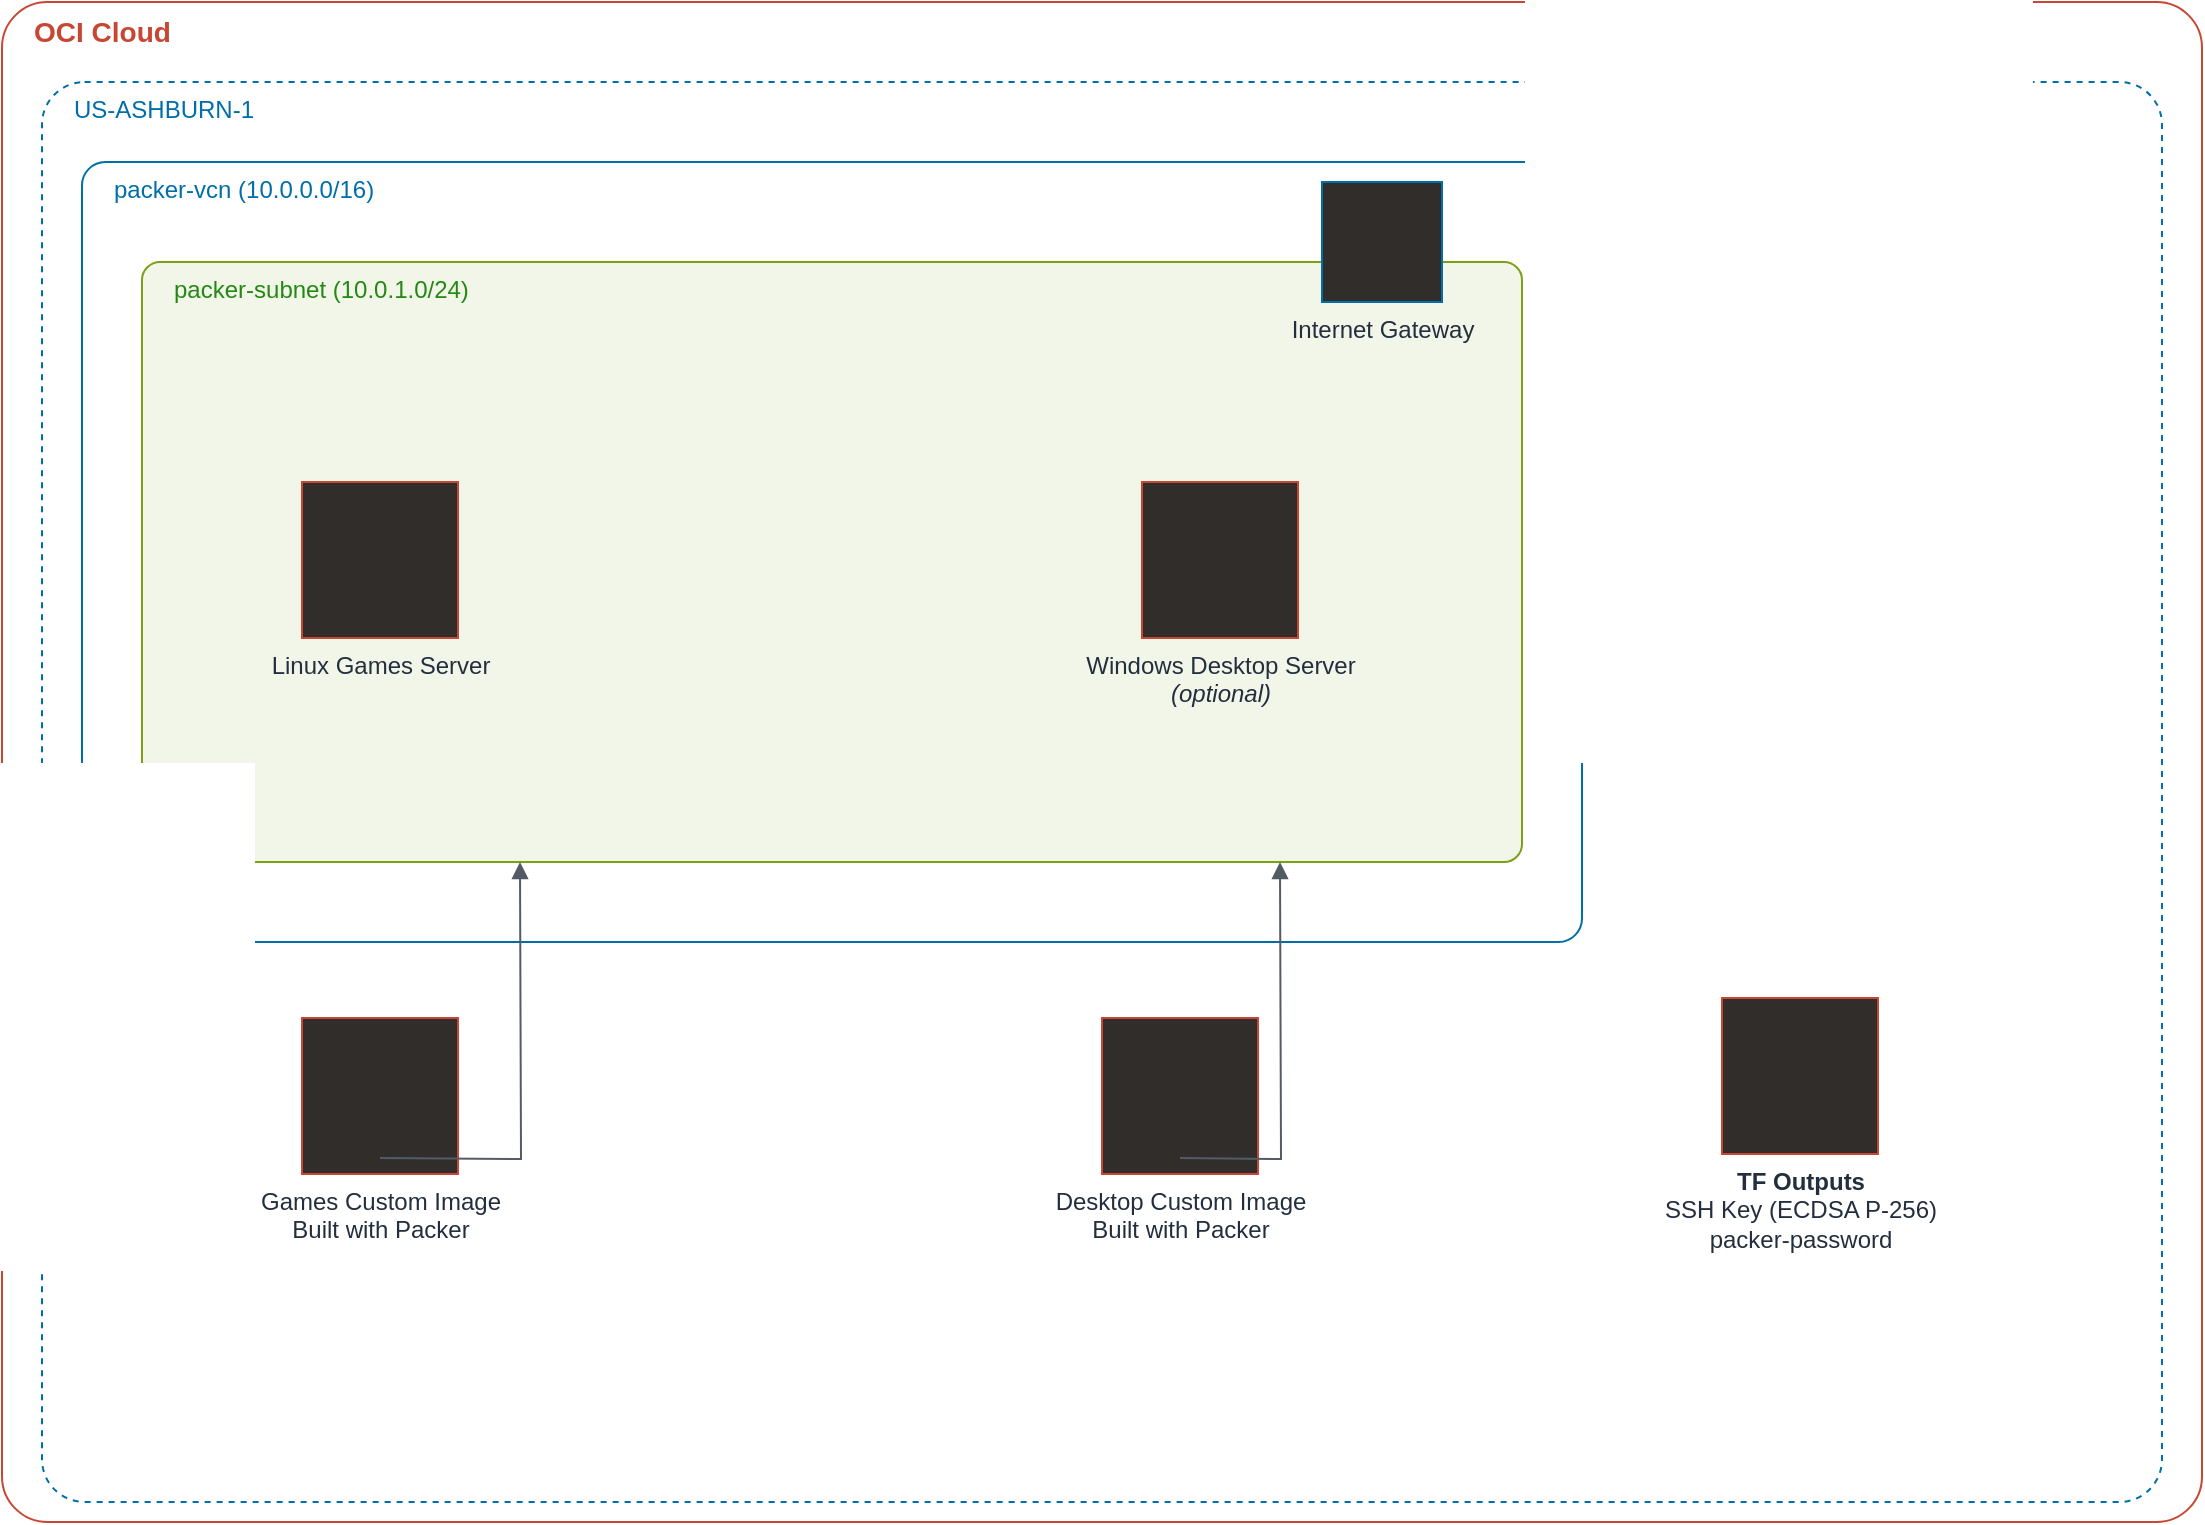
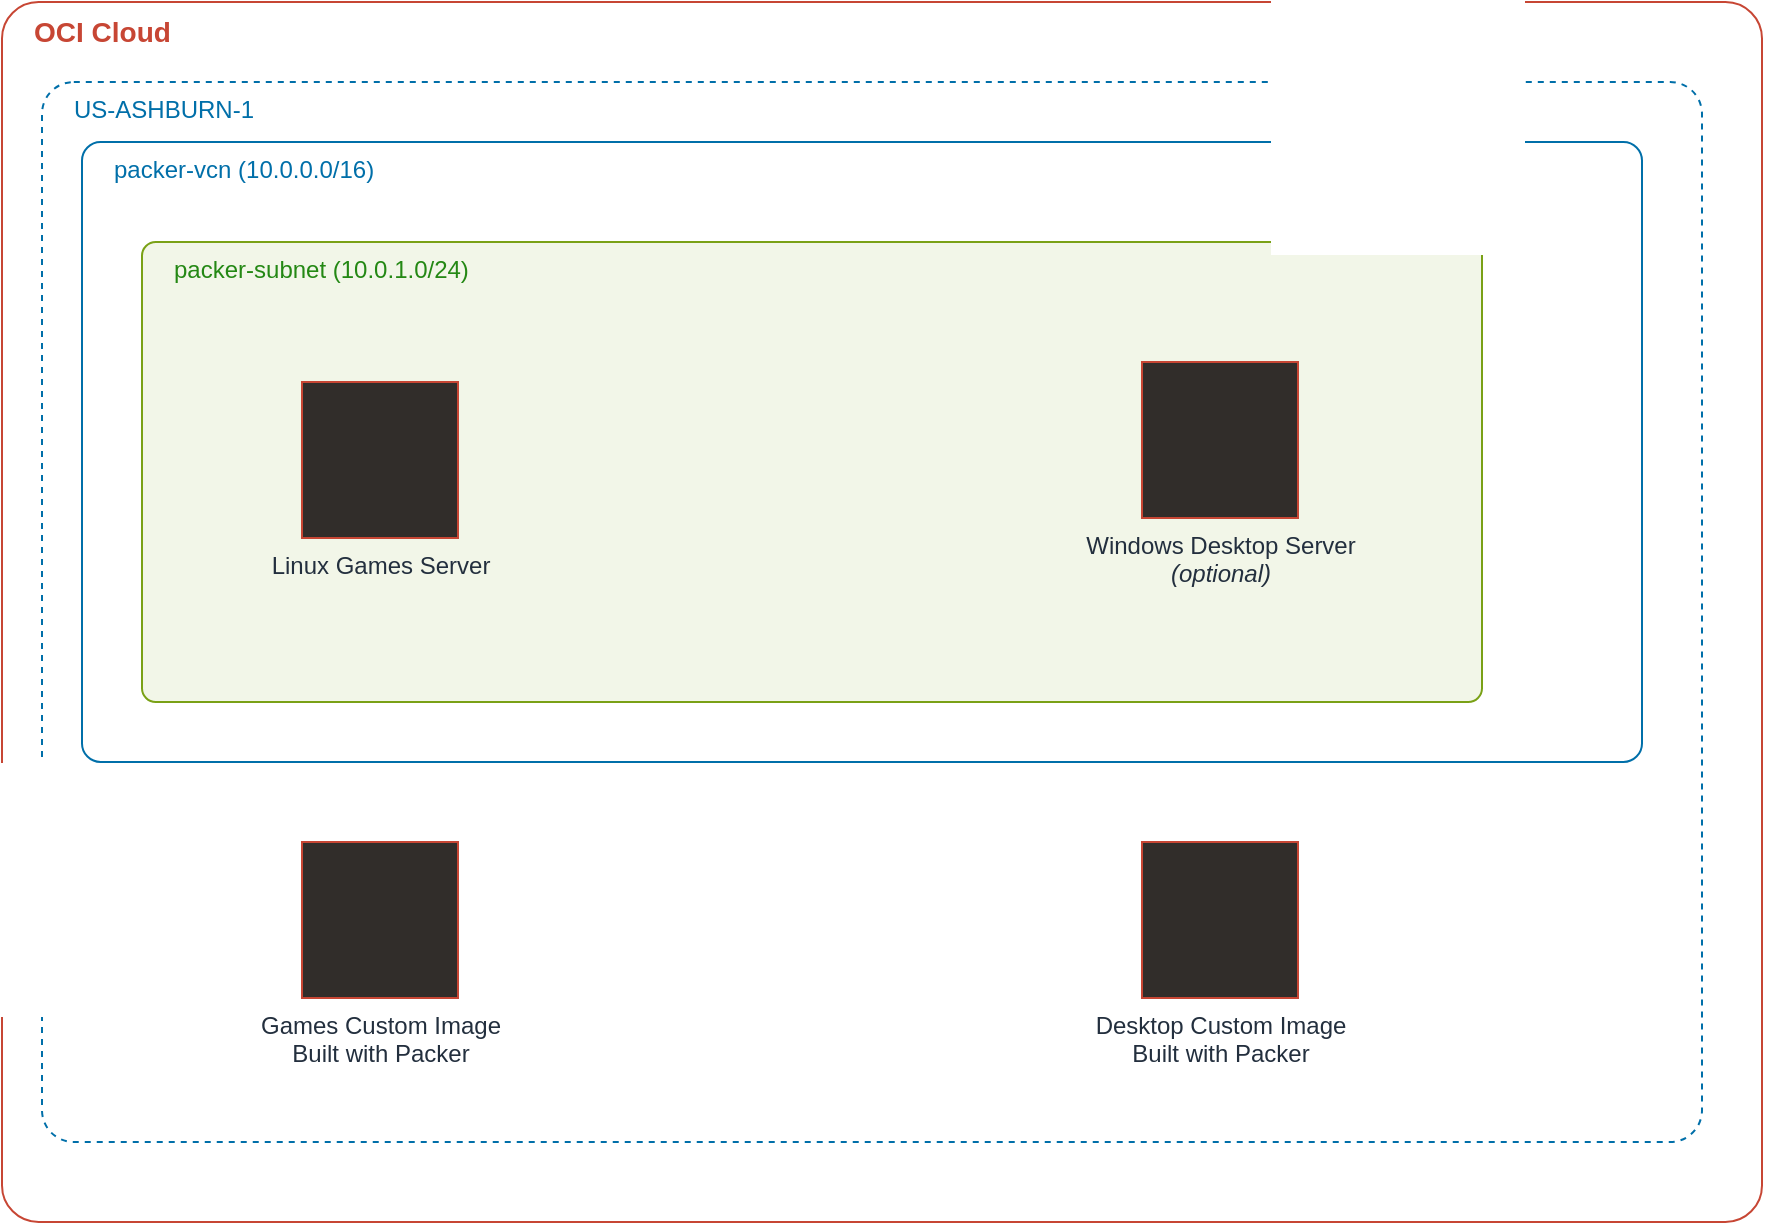
- <mxfile host="app.diagrams.net" agent="Mozilla/5.0 (Windows NT 10.0; Win64; x64) AppleWebKit/537.36 (KHTML, like Gecko) Chrome/135.0.0.0 Safari/537.36" version="26.2.9">
+ <mxfile host="app.diagrams.net" agent="Mozilla/5.0 (Windows NT 10.0; Win64; x64) AppleWebKit/537.36 (KHTML, like Gecko) Chrome/135.0.0.0 Safari/537.36">
  <diagram id="oci-packer-arch" name="Page-1">
    <mxGraphModel grid="1" page="1" gridSize="10" guides="1" tooltips="1" connect="1" arrows="1" fold="1" pageScale="1" pageWidth="1169" pageHeight="827" math="0" shadow="0">
      <root>
        <mxCell id="0" />
        <mxCell id="1" parent="0" />
- 
-         <!-- OCI Cloud outer container -->
-         <mxCell id="oci-cloud" value="OCI Cloud"
-           style="points=[[0,0],[0.25,0],[0.5,0],[0.75,0],[1,0],[1,0.25],[1,0.5],[1,0.75],[1,1],[0.75,1],[0.5,1],[0.25,1],[0,1],[0,0.75],[0,0.5],[0,0.25]];outlineConnect=0;gradientColor=none;html=1;whiteSpace=wrap;fontSize=14;fontStyle=1;strokeColor=#C74634;fillColor=none;verticalAlign=top;align=left;spacingLeft=14;fontColor=#C74634;dashed=0;labelBackgroundColor=#ffffff;rounded=1;arcSize=3;container=1;pointerEvents=0;collapsible=0;recursiveResize=0;"
-           vertex="1" parent="1">
-           <mxGeometry x="30" y="20" width="1100" height="760" as="geometry" />
+         <mxCell id="oci-cloud" parent="1" style="points=[[0,0],[0.25,0],[0.5,0],[0.75,0],[1,0],[1,0.25],[1,0.5],[1,0.75],[1,1],[0.75,1],[0.5,1],[0.25,1],[0,1],[0,0.75],[0,0.5],[0,0.25]];outlineConnect=0;gradientColor=none;html=1;whiteSpace=wrap;fontSize=14;fontStyle=1;strokeColor=#C74634;fillColor=none;verticalAlign=top;align=left;spacingLeft=14;fontColor=#C74634;dashed=0;labelBackgroundColor=#ffffff;rounded=1;arcSize=3;container=1;pointerEvents=0;collapsible=0;recursiveResize=0;" value="OCI Cloud" vertex="1">
+           <mxGeometry height="610" width="880" x="30" y="20" as="geometry" />
        </mxCell>
- 
-         <!-- US-ASHBURN-1 Region -->
-         <mxCell id="region" value="US-ASHBURN-1"
-           style="points=[[0,0],[0.25,0],[0.5,0],[0.75,0],[1,0],[1,0.25],[1,0.5],[1,0.75],[1,1],[0.75,1],[0.5,1],[0.25,1],[0,1],[0,0.75],[0,0.5],[0,0.25]];outlineConnect=0;gradientColor=none;html=1;whiteSpace=wrap;fontSize=12;fontStyle=0;container=1;pointerEvents=0;collapsible=0;recursiveResize=0;strokeColor=#006FA9;fillColor=none;verticalAlign=top;align=left;spacingLeft=14;fontColor=#006FA9;dashed=1;rounded=1;arcSize=3;"
-           vertex="1" parent="oci-cloud">
-           <mxGeometry x="20" y="40" width="1060" height="710" as="geometry" />
+         <mxCell id="region" parent="oci-cloud" style="points=[[0,0],[0.25,0],[0.5,0],[0.75,0],[1,0],[1,0.25],[1,0.5],[1,0.75],[1,1],[0.75,1],[0.5,1],[0.25,1],[0,1],[0,0.75],[0,0.5],[0,0.25]];outlineConnect=0;gradientColor=none;html=1;whiteSpace=wrap;fontSize=12;fontStyle=0;container=1;pointerEvents=0;collapsible=0;recursiveResize=0;strokeColor=#006FA9;fillColor=none;verticalAlign=top;align=left;spacingLeft=14;fontColor=#006FA9;dashed=1;rounded=1;arcSize=3;" value="US-ASHBURN-1" vertex="1">
+           <mxGeometry height="530" width="830" x="20" y="40" as="geometry" />
        </mxCell>
- 
-         <!-- VCN -->
-         <mxCell id="vcn" value="packer-vcn (10.0.0.0/16)"
-           style="points=[[0,0],[0.25,0],[0.5,0],[0.75,0],[1,0],[1,0.25],[1,0.5],[1,0.75],[1,1],[0.75,1],[0.5,1],[0.25,1],[0,1],[0,0.75],[0,0.5],[0,0.25]];outlineConnect=0;gradientColor=none;html=1;whiteSpace=wrap;fontSize=12;fontStyle=0;container=1;pointerEvents=0;collapsible=0;recursiveResize=0;strokeColor=#006FA9;fillColor=none;verticalAlign=top;align=left;spacingLeft=14;fontColor=#006FA9;dashed=0;rounded=1;arcSize=3;"
-           vertex="1" parent="region">
-           <mxGeometry x="20" y="40" width="750" height="390" as="geometry" />
+         <mxCell id="vcn" parent="region" style="points=[[0,0],[0.25,0],[0.5,0],[0.75,0],[1,0],[1,0.25],[1,0.5],[1,0.75],[1,1],[0.75,1],[0.5,1],[0.25,1],[0,1],[0,0.75],[0,0.5],[0,0.25]];outlineConnect=0;gradientColor=none;html=1;whiteSpace=wrap;fontSize=12;fontStyle=0;container=1;pointerEvents=0;collapsible=0;recursiveResize=0;strokeColor=#006FA9;fillColor=none;verticalAlign=top;align=left;spacingLeft=14;fontColor=#006FA9;dashed=0;rounded=1;arcSize=3;" value="packer-vcn (10.0.0.0/16)" vertex="1">
+           <mxGeometry height="310" width="780" x="20" y="30" as="geometry" />
        </mxCell>
- 
-         <!-- packer-subnet -->
-         <mxCell id="subnet" value="packer-subnet (10.0.1.0/24)"
-           style="points=[[0,0],[0.25,0],[0.5,0],[0.75,0],[1,0],[1,0.25],[1,0.5],[1,0.75],[1,1],[0.75,1],[0.5,1],[0.25,1],[0,1],[0,0.75],[0,0.5],[0,0.25]];outlineConnect=0;gradientColor=none;html=1;whiteSpace=wrap;fontSize=12;fontStyle=0;container=1;pointerEvents=0;collapsible=0;recursiveResize=0;strokeColor=#7AA116;fillColor=#F2F6E8;verticalAlign=top;align=left;spacingLeft=14;fontColor=#248814;dashed=0;rounded=1;arcSize=3;"
-           vertex="1" parent="vcn">
-           <mxGeometry x="30" y="50" width="690" height="300" as="geometry" />
+         <mxCell id="subnet" parent="vcn" style="points=[[0,0],[0.25,0],[0.5,0],[0.75,0],[1,0],[1,0.25],[1,0.5],[1,0.75],[1,1],[0.75,1],[0.5,1],[0.25,1],[0,1],[0,0.75],[0,0.5],[0,0.25]];outlineConnect=0;gradientColor=none;html=1;whiteSpace=wrap;fontSize=12;fontStyle=0;container=1;pointerEvents=0;collapsible=0;recursiveResize=0;strokeColor=#7AA116;fillColor=#F2F6E8;verticalAlign=top;align=left;spacingLeft=14;fontColor=#248814;dashed=0;rounded=1;arcSize=3;" value="packer-subnet (10.0.1.0/24)" vertex="1">
+           <mxGeometry height="230" width="670" x="30" y="50" as="geometry" />
        </mxCell>
- 
-         <!-- Linux Games Server -->
-         <mxCell id="games-vm" value="Linux Games Server"
-           style="shape=mxgraph.oracle.compute.vm_instance;sketch=0;html=1;aspect=fixed;outlineConnect=0;fillColor=#312D2A;strokeColor=#C74634;fontColor=#232F3E;verticalLabelPosition=bottom;verticalAlign=top;align=center;fontSize=12;fontStyle=0;"
-           vertex="1" parent="subnet">
-           <mxGeometry x="80" y="110" width="78" height="78" as="geometry" />
+         <mxCell id="games-vm" parent="subnet" style="shape=mxgraph.oracle.compute.vm_instance;sketch=0;html=1;aspect=fixed;outlineConnect=0;fillColor=#312D2A;strokeColor=#C74634;fontColor=#232F3E;verticalLabelPosition=bottom;verticalAlign=top;align=center;fontSize=12;fontStyle=0;" value="Linux Games Server" vertex="1">
+           <mxGeometry height="78" width="78" x="80" y="70" as="geometry" />
        </mxCell>
- 
-         <!-- Windows Desktop Server (optional) -->
-         <mxCell id="win-vm" value="Windows Desktop Server&lt;div&gt;&lt;i&gt;(optional)&lt;/i&gt;&lt;/div&gt;"
-           style="shape=mxgraph.oracle.compute.vm_instance;sketch=0;html=1;aspect=fixed;outlineConnect=0;fillColor=#312D2A;strokeColor=#C74634;fontColor=#232F3E;verticalLabelPosition=bottom;verticalAlign=top;align=center;fontSize=12;fontStyle=0;"
-           vertex="1" parent="subnet">
-           <mxGeometry x="500" y="110" width="78" height="78" as="geometry" />
+         <mxCell id="win-vm" parent="vcn" style="shape=mxgraph.oracle.compute.vm_instance;sketch=0;html=1;aspect=fixed;outlineConnect=0;fillColor=#312D2A;strokeColor=#C74634;fontColor=#232F3E;verticalLabelPosition=bottom;verticalAlign=top;align=center;fontSize=12;fontStyle=0;" value="Windows Desktop Server&lt;div&gt;&lt;i&gt;(optional)&lt;/i&gt;&lt;/div&gt;" vertex="1">
+           <mxGeometry height="78" width="78" x="530" y="110" as="geometry" />
        </mxCell>
- 
-         <!-- Internet Gateway (inside VCN, top-right) -->
-         <mxCell id="igw" value="Internet Gateway"
-           style="shape=mxgraph.oracle.networking.internet_gateway;sketch=0;html=1;aspect=fixed;outlineConnect=0;fillColor=#312D2A;strokeColor=#006FA9;fontColor=#232F3E;verticalLabelPosition=bottom;verticalAlign=top;align=center;fontSize=12;fontStyle=0;"
-           vertex="1" parent="vcn">
-           <mxGeometry x="620" y="10" width="60" height="60" as="geometry" />
+         <mxCell id="games-img" parent="region" style="shape=mxgraph.oracle.storage.custom_image;sketch=0;html=1;aspect=fixed;outlineConnect=0;fillColor=#312D2A;strokeColor=#C74634;fontColor=#232F3E;verticalLabelPosition=bottom;verticalAlign=top;align=center;fontSize=12;fontStyle=0;direction=south;" value="Games Custom Image&lt;div&gt;Built with Packer&lt;/div&gt;" vertex="1">
+           <mxGeometry height="78" width="78" x="130" y="380" as="geometry" />
        </mxCell>
- 
-         <!-- Games Custom Image (below VCN, in region) -->
-         <mxCell id="games-img" value="Games Custom Image&lt;div&gt;Built with Packer&lt;/div&gt;"
-           style="shape=mxgraph.oracle.storage.custom_image;sketch=0;html=1;aspect=fixed;outlineConnect=0;fillColor=#312D2A;strokeColor=#C74634;fontColor=#232F3E;verticalLabelPosition=bottom;verticalAlign=top;align=center;fontSize=12;fontStyle=0;"
-           vertex="1" parent="region">
-           <mxGeometry x="130" y="468" width="78" height="78" as="geometry" />
+         <mxCell id="desktop-img" parent="region" style="shape=mxgraph.oracle.storage.custom_image;sketch=0;html=1;aspect=fixed;outlineConnect=0;fillColor=#312D2A;strokeColor=#C74634;fontColor=#232F3E;verticalLabelPosition=bottom;verticalAlign=top;align=center;fontSize=12;fontStyle=0;" value="Desktop Custom Image&lt;div&gt;Built with Packer&lt;/div&gt;" vertex="1">
+           <mxGeometry height="78" width="78" x="550" y="380" as="geometry" />
        </mxCell>
- 
-         <!-- Desktop Custom Image (below VCN, in region) -->
-         <mxCell id="desktop-img" value="Desktop Custom Image&lt;div&gt;Built with Packer&lt;/div&gt;"
-           style="shape=mxgraph.oracle.storage.custom_image;sketch=0;html=1;aspect=fixed;outlineConnect=0;fillColor=#312D2A;strokeColor=#C74634;fontColor=#232F3E;verticalLabelPosition=bottom;verticalAlign=top;align=center;fontSize=12;fontStyle=0;"
-           vertex="1" parent="region">
-           <mxGeometry x="530" y="468" width="78" height="78" as="geometry" />
-         </mxCell>
- 
-         <!-- TF Outputs: SSH Key + packer-password -->
-         <mxCell id="tf-outputs" value="&lt;b&gt;TF Outputs&lt;/b&gt;&lt;div&gt;SSH Key (ECDSA P-256)&lt;/div&gt;&lt;div&gt;packer-password&lt;/div&gt;"
-           style="shape=mxgraph.oracle.security.key_management;sketch=0;html=1;aspect=fixed;outlineConnect=0;fillColor=#312D2A;strokeColor=#C74634;fontColor=#232F3E;verticalLabelPosition=bottom;verticalAlign=top;align=center;fontSize=12;fontStyle=0;"
-           vertex="1" parent="region">
-           <mxGeometry x="840" y="458" width="78" height="78" as="geometry" />
-         </mxCell>
- 
-         <!-- Arrow: Games Custom Image → Linux Games Server
-              Absolute coords: img center ≈ (220, 600); vm center ≈ (290, 440) -->
-         <mxCell id="arrow-games-img" value="" style="edgeStyle=orthogonalEdgeStyle;html=1;endArrow=block;endFill=1;strokeColor=#545B64;rounded=0;" edge="1" parent="1">
-           <mxGeometry relative="1" as="geometry">
-             <mxPoint x="219" y="598" as="sourcePoint" />
-             <mxPoint x="289" y="450" as="targetPoint" />
-           </mxGeometry>
-         </mxCell>
- 
-         <!-- Arrow: Desktop Custom Image → Windows Desktop Server
-              Absolute coords: img center ≈ (619, 600); vm center ≈ (669, 440) -->
-         <mxCell id="arrow-win-img" value="" style="edgeStyle=orthogonalEdgeStyle;html=1;endArrow=block;endFill=1;strokeColor=#545B64;rounded=0;" edge="1" parent="1">
-           <mxGeometry relative="1" as="geometry">
-             <mxPoint x="619" y="598" as="sourcePoint" />
-             <mxPoint x="669" y="450" as="targetPoint" />
-           </mxGeometry>
-         </mxCell>
- 
      </root>
    </mxGraphModel>
  </diagram>
</mxfile>
